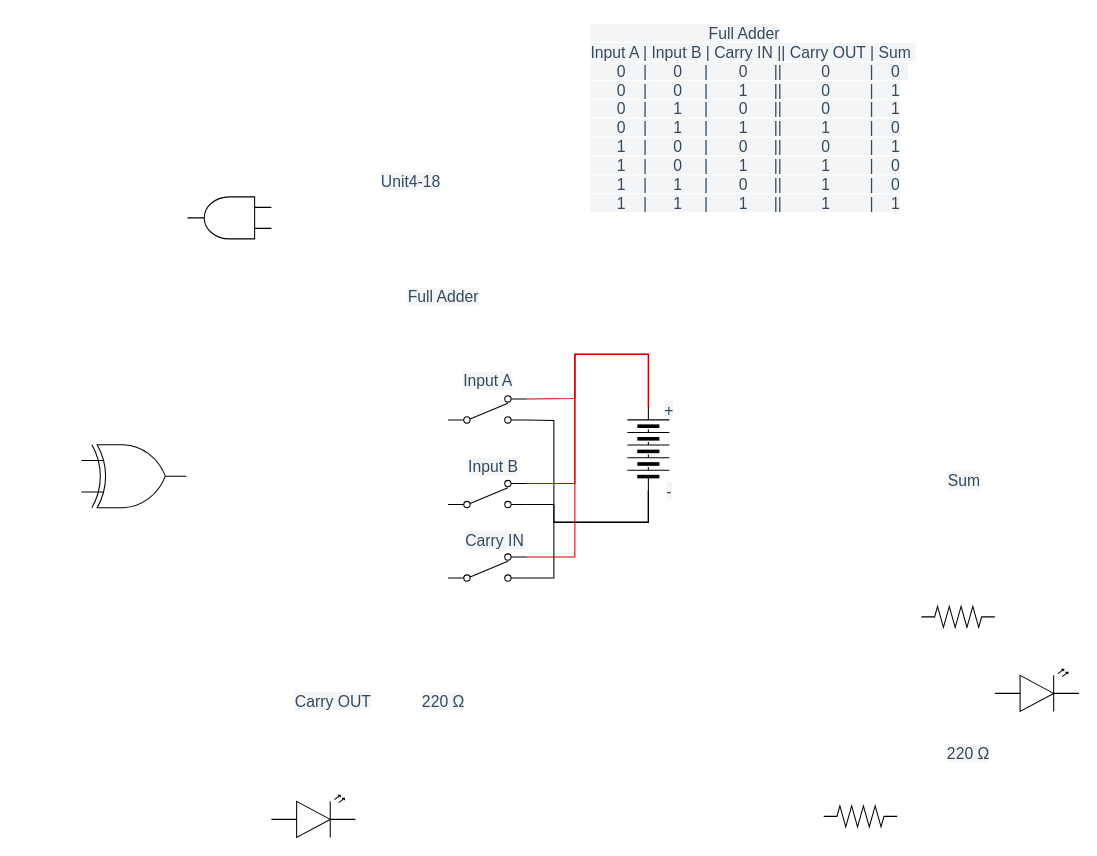
Before: Unit4-18.drawio in Igor-Zhelezniak-1/TEJ3M1-Unit4, a draw.io diagram. Source tidied: cells renumbered, new cells numbered last; positions are measured from the earlier drawing's top-left corner, leaving out a move shared by most shapes. Both pictures are drawn from the tidied source at 105%, with x=0, y=0 at pixel (81, 18).
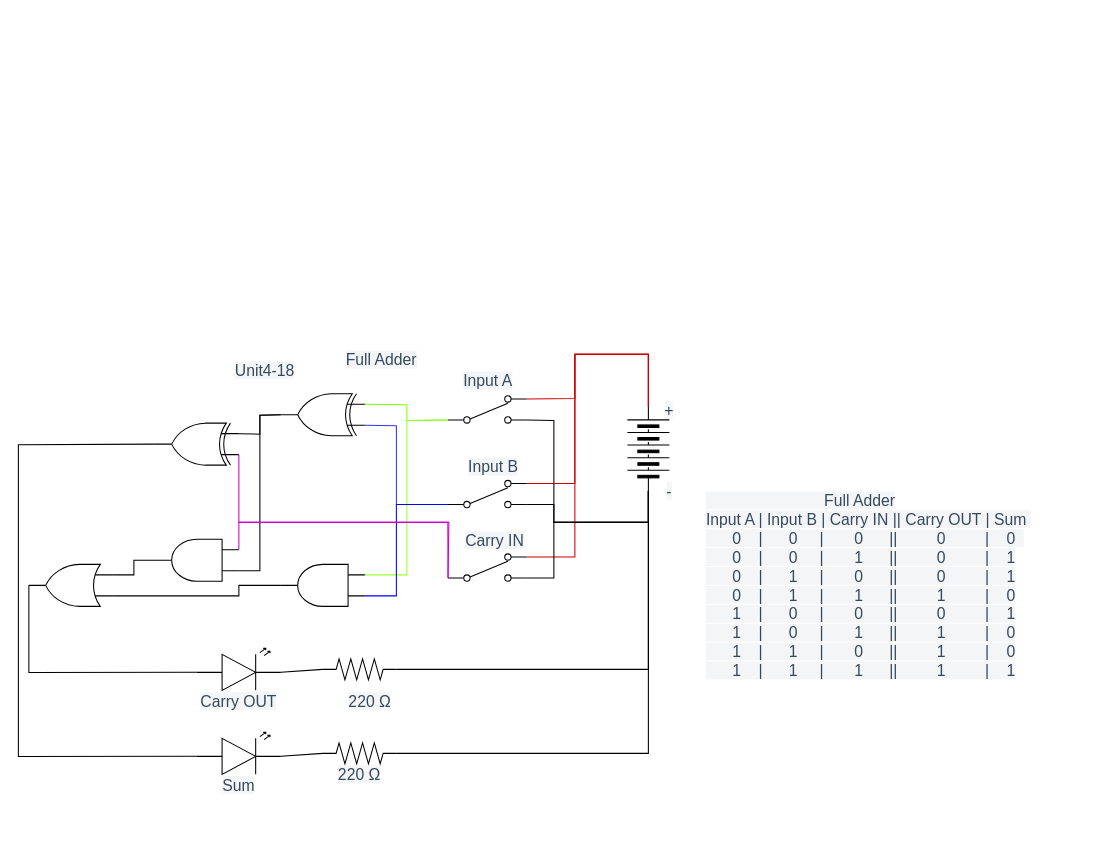
Above is the later version.

The change refers to these unchanged cells:
```xml
<mxCell id="9" style="verticalLabelPosition=bottom;shadow=0;dashed=0;align=center;html=1;verticalAlign=top;shape=mxgraph.electrical.miscellaneous.batteryStack;direction=south;rotation=-180;" parent="1" vertex="1">
  <mxGeometry x="520" y="370" width="40" height="80" as="geometry" />
</mxCell>
<mxCell id="13" style="verticalLabelPosition=bottom;shadow=0;dashed=0;align=center;html=1;verticalAlign=top;shape=mxgraph.electrical.electro-mechanical.2-way_switch;direction=west;rotation=-180;" parent="1" vertex="1">
  <mxGeometry x="349.2" y="359.5" width="75" height="26" as="geometry" />
</mxCell>
<mxCell id="18" style="verticalLabelPosition=bottom;shadow=0;dashed=0;align=center;html=1;verticalAlign=top;shape=mxgraph.electrical.electro-mechanical.2-way_switch;direction=west;rotation=-180;" parent="1" vertex="1">
  <mxGeometry x="349.2" y="440" width="75" height="26" as="geometry" />
</mxCell>
<mxCell id="27" style="verticalLabelPosition=bottom;shadow=0;dashed=0;align=center;html=1;verticalAlign=top;shape=mxgraph.electrical.electro-mechanical.2-way_switch;direction=west;rotation=-180;" parent="1" vertex="1">
  <mxGeometry x="349.2" y="510" width="75" height="26" as="geometry" />
</mxCell>
```

The edit, as a diff of the source:
```diff
@@
     <mxCell id="2" value="&lt;span style=&quot;color: rgb(52 , 73 , 94) ; font-family: , sans-serif ; font-size: 15px ; text-align: left ; background-color: rgb(244 , 245 , 246)&quot;&gt;220 Ω&lt;/span&gt;" style="text;html=1;align=center;verticalAlign=middle;whiteSpace=wrap;rounded=0;" parent="1" vertex="1">
-      <mxGeometry x="820" y="690" width="50" height="20" as="geometry" />
+      <mxGeometry x="250" y="640" width="50" height="20" as="geometry" />
     </mxCell>
+    <mxCell id="30" style="edgeStyle=none;rounded=0;html=1;entryX=0;entryY=0.5;entryDx=0;entryDy=0;endArrow=none;endFill=0;strokeColor=#000000;exitX=1;exitY=0.5;exitDx=0;exitDy=0;exitPerimeter=0;" parent="1" edge="1" source="3" target="9">
+      <mxGeometry relative="1" as="geometry">
+        <Array as="points">
+          <mxPoint x="540" y="700" />
+        </Array>
+      </mxGeometry>
+    </mxCell>
     <mxCell id="3" style="verticalLabelPosition=bottom;shadow=0;dashed=0;align=center;html=1;verticalAlign=top;shape=mxgraph.electrical.resistors.resistor_2;" parent="1" vertex="1">
-      <mxGeometry x="800" y="560" width="70" height="20" as="geometry" />
+      <mxGeometry x="230" y="690" width="70" height="20" as="geometry" />
     </mxCell>
@@
     <mxCell id="12" value="&lt;div style=&quot;text-align: left&quot;&gt;&lt;span style=&quot;background-color: rgb(244 , 245 , 246) ; font-size: 15px ; color: rgb(52 , 73 , 94)&quot;&gt;Unit4-18&lt;/span&gt;&lt;/div&gt;" style="text;html=1;strokeColor=none;fillColor=none;align=center;verticalAlign=middle;whiteSpace=wrap;rounded=0;" parent="1" vertex="1">
-      <mxGeometry x="279.2" y="140" width="70" height="30" as="geometry" />
+      <mxGeometry x="140" y="320" width="70" height="30" as="geometry" />
     </mxCell>
+    <mxCell id="31" style="edgeStyle=none;rounded=0;html=1;entryX=0;entryY=0.75;entryDx=0;entryDy=0;entryPerimeter=0;endArrow=none;endFill=0;strokeColor=#80FF00;exitX=0;exitY=0.885;exitDx=0;exitDy=0;exitPerimeter=0;" parent="1" edge="1" source="13" target="29">
+      <mxGeometry relative="1" as="geometry">
+        <Array as="points">
+          <mxPoint x="310" y="383" />
+          <mxPoint x="310" y="368" />
+        </Array>
+      </mxGeometry>
+    </mxCell>
+    <mxCell id="32" style="edgeStyle=none;rounded=0;html=1;entryX=0;entryY=0.75;entryDx=0;entryDy=0;entryPerimeter=0;endArrow=none;endFill=0;strokeColor=#99FF33;exitX=0;exitY=0.885;exitDx=0;exitDy=0;exitPerimeter=0;" parent="1" edge="1" source="13" target="46">
+      <mxGeometry relative="1" as="geometry">
+        <Array as="points">
+          <mxPoint x="310" y="383" />
+          <mxPoint x="310" y="530" />
+        </Array>
+      </mxGeometry>
+    </mxCell>
@@
     <mxCell id="14" value="&lt;div style=&quot;text-align: left&quot;&gt;&lt;font color=&quot;#34495e&quot;&gt;&lt;span style=&quot;font-size: 15px ; background-color: rgb(244 , 245 , 246)&quot;&gt;&amp;nbsp; &amp;nbsp; &amp;nbsp; &amp;nbsp; &amp;nbsp; &amp;nbsp; &amp;nbsp; &amp;nbsp; &amp;nbsp; &amp;nbsp; &amp;nbsp; &amp;nbsp; &amp;nbsp; &amp;nbsp;Full Adder&lt;/span&gt;&lt;/font&gt;&lt;/div&gt;&lt;div style=&quot;text-align: left&quot;&gt;&lt;font color=&quot;#34495e&quot;&gt;&lt;span style=&quot;font-size: 15px ; background-color: rgb(244 , 245 , 246)&quot;&gt;Input A | Input B | Carry IN || Carry OUT | Sum&amp;nbsp;&lt;/span&gt;&lt;/font&gt;&lt;/div&gt;&lt;div style=&quot;text-align: left&quot;&gt;&lt;font color=&quot;#34495e&quot;&gt;&lt;span style=&quot;font-size: 15px ; background-color: rgb(244 , 245 , 246)&quot;&gt;&amp;nbsp; &amp;nbsp; &amp;nbsp; 0&amp;nbsp; &amp;nbsp; |&amp;nbsp; &amp;nbsp; &amp;nbsp; 0&amp;nbsp; &amp;nbsp; &amp;nbsp;|&amp;nbsp; &amp;nbsp; &amp;nbsp; &amp;nbsp;0&amp;nbsp; &amp;nbsp; &amp;nbsp; ||&amp;nbsp; &amp;nbsp; &amp;nbsp; &amp;nbsp; &amp;nbsp;0&amp;nbsp; &amp;nbsp; &amp;nbsp; &amp;nbsp; &amp;nbsp;|&amp;nbsp; &amp;nbsp; 0&amp;nbsp;&amp;nbsp;&lt;/span&gt;&lt;/font&gt;&lt;/div&gt;&lt;div style=&quot;text-align: left&quot;&gt;&lt;font color=&quot;#34495e&quot;&gt;&lt;span style=&quot;font-size: 15px ; background-color: rgb(244 , 245 , 246)&quot;&gt;&amp;nbsp; &amp;nbsp; &amp;nbsp; 0&amp;nbsp; &amp;nbsp; |&amp;nbsp; &amp;nbsp; &amp;nbsp; 0&amp;nbsp; &amp;nbsp; &amp;nbsp;|&amp;nbsp; &amp;nbsp; &amp;nbsp; &amp;nbsp;1&amp;nbsp; &amp;nbsp; &amp;nbsp; ||&amp;nbsp; &amp;nbsp; &amp;nbsp; &amp;nbsp; &amp;nbsp;0&amp;nbsp; &amp;nbsp; &amp;nbsp; &amp;nbsp; &amp;nbsp;|&amp;nbsp; &amp;nbsp; 1&lt;/span&gt;&lt;/font&gt;&lt;/div&gt;&lt;div style=&quot;text-align: left&quot;&gt;&lt;font color=&quot;#34495e&quot;&gt;&lt;span style=&quot;font-size: 15px ; background-color: rgb(244 , 245 , 246)&quot;&gt;&amp;nbsp; &amp;nbsp; &amp;nbsp; 0&amp;nbsp; &amp;nbsp; |&amp;nbsp; &amp;nbsp; &amp;nbsp; 1&amp;nbsp; &amp;nbsp; &amp;nbsp;|&amp;nbsp; &amp;nbsp; &amp;nbsp; &amp;nbsp;0&amp;nbsp; &amp;nbsp; &amp;nbsp; ||&amp;nbsp; &amp;nbsp; &amp;nbsp; &amp;nbsp; &amp;nbsp;0&amp;nbsp; &amp;nbsp; &amp;nbsp; &amp;nbsp; &amp;nbsp;|&amp;nbsp; &amp;nbsp; 1&lt;/span&gt;&lt;/font&gt;&lt;/div&gt;&lt;div style=&quot;text-align: left&quot;&gt;&lt;font color=&quot;#34495e&quot;&gt;&lt;span style=&quot;font-size: 15px ; background-color: rgb(244 , 245 , 246)&quot;&gt;&amp;nbsp; &amp;nbsp; &amp;nbsp; 0&amp;nbsp; &amp;nbsp; |&amp;nbsp; &amp;nbsp; &amp;nbsp; 1&amp;nbsp; &amp;nbsp; &amp;nbsp;|&amp;nbsp; &amp;nbsp; &amp;nbsp; &amp;nbsp;1&amp;nbsp; &amp;nbsp; &amp;nbsp; ||&amp;nbsp; &amp;nbsp; &amp;nbsp; &amp;nbsp; &amp;nbsp;1&amp;nbsp; &amp;nbsp; &amp;nbsp; &amp;nbsp; &amp;nbsp;|&amp;nbsp; &amp;nbsp; 0&lt;/span&gt;&lt;/font&gt;&lt;/div&gt;&lt;div style=&quot;text-align: left&quot;&gt;&lt;span style=&quot;color: rgb(52 , 73 , 94) ; font-size: 15px ; background-color: rgb(244 , 245 , 246)&quot;&gt;&amp;nbsp; &amp;nbsp; &amp;nbsp; 1&amp;nbsp; &amp;nbsp; |&amp;nbsp; &amp;nbsp; &amp;nbsp; 0&amp;nbsp; &amp;nbsp; &amp;nbsp;|&amp;nbsp; &amp;nbsp; &amp;nbsp; &amp;nbsp;0&amp;nbsp; &amp;nbsp; &amp;nbsp; ||&amp;nbsp; &amp;nbsp; &amp;nbsp; &amp;nbsp; &amp;nbsp;0&amp;nbsp; &amp;nbsp; &amp;nbsp; &amp;nbsp; &amp;nbsp;|&amp;nbsp; &amp;nbsp; 1&lt;/span&gt;&lt;font color=&quot;#34495e&quot;&gt;&lt;span style=&quot;font-size: 15px ; background-color: rgb(244 , 245 , 246)&quot;&gt;&lt;br&gt;&lt;/span&gt;&lt;/font&gt;&lt;/div&gt;&lt;div style=&quot;text-align: left&quot;&gt;&lt;span style=&quot;color: rgb(52 , 73 , 94) ; font-size: 15px ; background-color: rgb(244 , 245 , 246)&quot;&gt;&amp;nbsp; &amp;nbsp; &amp;nbsp; 1&amp;nbsp; &amp;nbsp; |&amp;nbsp; &amp;nbsp; &amp;nbsp; 0&amp;nbsp; &amp;nbsp; &amp;nbsp;|&amp;nbsp; &amp;nbsp; &amp;nbsp; &amp;nbsp;1&amp;nbsp; &amp;nbsp; &amp;nbsp; ||&amp;nbsp; &amp;nbsp; &amp;nbsp; &amp;nbsp; &amp;nbsp;1&amp;nbsp; &amp;nbsp; &amp;nbsp; &amp;nbsp; &amp;nbsp;|&amp;nbsp; &amp;nbsp; 0&lt;/span&gt;&lt;span style=&quot;color: rgb(52 , 73 , 94) ; font-size: 15px ; background-color: rgb(244 , 245 , 246)&quot;&gt;&lt;br&gt;&lt;/span&gt;&lt;/div&gt;&lt;div style=&quot;text-align: left&quot;&gt;&lt;span style=&quot;color: rgb(52 , 73 , 94) ; font-size: 15px ; background-color: rgb(244 , 245 , 246)&quot;&gt;&amp;nbsp; &amp;nbsp; &amp;nbsp; 1&amp;nbsp; &amp;nbsp; |&amp;nbsp; &amp;nbsp; &amp;nbsp; 1&amp;nbsp; &amp;nbsp; &amp;nbsp;|&amp;nbsp; &amp;nbsp; &amp;nbsp; &amp;nbsp;0&amp;nbsp; &amp;nbsp; &amp;nbsp; ||&amp;nbsp; &amp;nbsp; &amp;nbsp; &amp;nbsp; &amp;nbsp;1&amp;nbsp; &amp;nbsp; &amp;nbsp; &amp;nbsp; &amp;nbsp;|&amp;nbsp; &amp;nbsp; 0&lt;/span&gt;&lt;span style=&quot;color: rgb(52 , 73 , 94) ; font-size: 15px ; background-color: rgb(244 , 245 , 246)&quot;&gt;&lt;br&gt;&lt;/span&gt;&lt;/div&gt;&lt;div style=&quot;text-align: left&quot;&gt;&lt;span style=&quot;color: rgb(52 , 73 , 94) ; font-size: 15px ; background-color: rgb(244 , 245 , 246)&quot;&gt;&amp;nbsp; &amp;nbsp; &amp;nbsp; 1&amp;nbsp; &amp;nbsp; |&amp;nbsp; &amp;nbsp; &amp;nbsp; 1&amp;nbsp; &amp;nbsp; &amp;nbsp;|&amp;nbsp; &amp;nbsp; &amp;nbsp; &amp;nbsp;1&amp;nbsp; &amp;nbsp; &amp;nbsp; ||&amp;nbsp; &amp;nbsp; &amp;nbsp; &amp;nbsp; &amp;nbsp;1&amp;nbsp; &amp;nbsp; &amp;nbsp; &amp;nbsp; &amp;nbsp;|&amp;nbsp; &amp;nbsp; 1&lt;/span&gt;&lt;span style=&quot;color: rgb(52 , 73 , 94) ; font-size: 15px ; background-color: rgb(244 , 245 , 246)&quot;&gt;&lt;br&gt;&lt;/span&gt;&lt;/div&gt;" style="text;html=1;strokeColor=none;fillColor=none;align=center;verticalAlign=middle;whiteSpace=wrap;rounded=0;" parent="1" vertex="1">
-      <mxGeometry x="470" width="340" height="190" as="geometry" />
+      <mxGeometry x="580" y="445" width="340" height="190" as="geometry" />
     </mxCell>
@@
     <mxCell id="16" value="&lt;div style=&quot;text-align: left&quot;&gt;&lt;font color=&quot;#34495e&quot;&gt;&lt;span style=&quot;font-size: 15px ; background-color: rgb(244 , 245 , 246)&quot;&gt;Full Adder&lt;/span&gt;&lt;/font&gt;&lt;/div&gt;" style="text;html=1;strokeColor=none;fillColor=none;align=center;verticalAlign=middle;whiteSpace=wrap;rounded=0;" parent="1" vertex="1">
-      <mxGeometry x="289.2" y="250" width="111.5" height="30" as="geometry" />
+      <mxGeometry x="230" y="310" width="111.5" height="30" as="geometry" />
     </mxCell>
     <mxCell id="17" value="&lt;div style=&quot;text-align: left&quot;&gt;&lt;font color=&quot;#34495e&quot;&gt;&lt;span style=&quot;font-size: 15px ; background-color: rgb(244 , 245 , 246)&quot;&gt;Sum&lt;/span&gt;&lt;/font&gt;&lt;/div&gt;" style="text;html=1;strokeColor=none;fillColor=none;align=center;verticalAlign=middle;whiteSpace=wrap;rounded=0;" parent="1" vertex="1">
-      <mxGeometry x="810" y="430" width="62" height="20" as="geometry" />
+      <mxGeometry x="119" y="720" width="62" height="20" as="geometry" />
     </mxCell>
+    <mxCell id="33" style="edgeStyle=none;rounded=0;html=1;entryX=0;entryY=0.25;entryDx=0;entryDy=0;entryPerimeter=0;endArrow=none;endFill=0;strokeColor=#3333FF;exitX=0;exitY=0.885;exitDx=0;exitDy=0;exitPerimeter=0;" parent="1" edge="1" source="18" target="29">
+      <mxGeometry relative="1" as="geometry">
+        <Array as="points">
+          <mxPoint x="300" y="463" />
+          <mxPoint x="300" y="388" />
+        </Array>
+      </mxGeometry>
+    </mxCell>
+    <mxCell id="34" style="edgeStyle=none;rounded=0;html=1;entryX=0;entryY=0.25;entryDx=0;entryDy=0;entryPerimeter=0;endArrow=none;endFill=0;strokeColor=#0000FF;exitX=0;exitY=0.885;exitDx=0;exitDy=0;exitPerimeter=0;" parent="1" edge="1" source="18" target="46">
+      <mxGeometry relative="1" as="geometry">
+        <Array as="points">
+          <mxPoint x="300" y="463" />
+          <mxPoint x="300" y="550" />
+        </Array>
+      </mxGeometry>
+    </mxCell>
@@
+    <mxCell id="35" style="edgeStyle=none;rounded=0;html=1;entryX=0;entryY=0.5;entryDx=0;entryDy=0;entryPerimeter=0;endArrow=none;endFill=0;strokeColor=#000000;exitX=1;exitY=0.57;exitDx=0;exitDy=0;exitPerimeter=0;" parent="1" edge="1" source="20" target="3">
+      <mxGeometry relative="1" as="geometry" />
+    </mxCell>
     <mxCell id="20" style="verticalLabelPosition=bottom;shadow=0;dashed=0;align=center;html=1;verticalAlign=top;shape=mxgraph.electrical.opto_electronics.led_2;" parent="1" vertex="1">
-      <mxGeometry x="870" y="620" width="80" height="40" as="geometry" />
+      <mxGeometry x="110" y="680" width="80" height="40" as="geometry" />
     </mxCell>
     <mxCell id="21" value="&lt;div style=&quot;text-align: left&quot;&gt;&lt;font color=&quot;#34495e&quot;&gt;&lt;span style=&quot;font-size: 15px ; background-color: rgb(244 , 245 , 246)&quot;&gt;Carry OUT&lt;/span&gt;&lt;/font&gt;&lt;/div&gt;" style="text;html=1;strokeColor=none;fillColor=none;align=center;verticalAlign=middle;whiteSpace=wrap;rounded=0;" parent="1" vertex="1">
-      <mxGeometry x="200" y="640" width="80" height="20" as="geometry" />
+      <mxGeometry x="110" y="640" width="80" height="20" as="geometry" />
     </mxCell>
+    <mxCell id="36" style="edgeStyle=none;rounded=0;html=1;entryX=0;entryY=0.5;entryDx=0;entryDy=0;entryPerimeter=0;endArrow=none;endFill=0;strokeColor=#000000;exitX=1;exitY=0.57;exitDx=0;exitDy=0;exitPerimeter=0;" parent="1" edge="1" source="22" target="23">
+      <mxGeometry relative="1" as="geometry" />
+    </mxCell>
     <mxCell id="22" style="verticalLabelPosition=bottom;shadow=0;dashed=0;align=center;html=1;verticalAlign=top;shape=mxgraph.electrical.opto_electronics.led_2;" parent="1" vertex="1">
-      <mxGeometry x="181" y="740" width="80" height="40" as="geometry" />
+      <mxGeometry x="110" y="600" width="80" height="40" as="geometry" />
     </mxCell>
+    <mxCell id="37" style="edgeStyle=none;rounded=0;html=1;entryX=0;entryY=0.5;entryDx=0;entryDy=0;endArrow=none;endFill=0;strokeColor=#000000;exitX=1;exitY=0.5;exitDx=0;exitDy=0;exitPerimeter=0;" parent="1" edge="1" source="23" target="9">
+      <mxGeometry relative="1" as="geometry">
+        <Array as="points">
+          <mxPoint x="540" y="620" />
+          <mxPoint x="540" y="480" />
+        </Array>
+      </mxGeometry>
+    </mxCell>
     <mxCell id="23" style="verticalLabelPosition=bottom;shadow=0;dashed=0;align=center;html=1;verticalAlign=top;shape=mxgraph.electrical.resistors.resistor_2;" parent="1" vertex="1">
-      <mxGeometry x="707" y="750" width="70" height="20" as="geometry" />
+      <mxGeometry x="230" y="610" width="70" height="20" as="geometry" />
     </mxCell>
+    <mxCell id="38" style="edgeStyle=none;rounded=0;html=1;entryX=0;entryY=0.75;entryDx=0;entryDy=0;entryPerimeter=0;endArrow=none;endFill=0;strokeColor=#000000;exitX=1;exitY=0.5;exitDx=0;exitDy=0;exitPerimeter=0;" parent="1" edge="1" source="24" target="48">
+      <mxGeometry relative="1" as="geometry">
+        <Array as="points">
+          <mxPoint x="50" y="516" />
+          <mxPoint x="50" y="530" />
+        </Array>
+      </mxGeometry>
+    </mxCell>
     <mxCell id="24" style="verticalLabelPosition=bottom;shadow=0;dashed=0;align=center;html=1;verticalAlign=top;shape=mxgraph.electrical.logic_gates.logic_gate;operation=and;rotation=-180;" parent="1" vertex="1">
-      <mxGeometry x="101" y="170" width="80" height="40" as="geometry" />
+      <mxGeometry x="70" y="496" width="80" height="40" as="geometry" />
     </mxCell>
     <mxCell id="25" value="&lt;span style=&quot;color: rgb(52 , 73 , 94) ; font-family: , sans-serif ; font-size: 15px ; text-align: left ; background-color: rgb(244 , 245 , 246)&quot;&gt;220 Ω&lt;/span&gt;" style="text;html=1;align=center;verticalAlign=middle;whiteSpace=wrap;rounded=0;" parent="1" vertex="1">
-      <mxGeometry x="320" y="640" width="50" height="20" as="geometry" />
+      <mxGeometry x="240" y="710" width="50" height="20" as="geometry" />
     </mxCell>
@@
+    <mxCell id="39" style="edgeStyle=none;rounded=0;html=1;entryX=0;entryY=0.75;entryDx=0;entryDy=0;entryPerimeter=0;endArrow=none;endFill=0;strokeColor=#CC00CC;exitX=0;exitY=0.885;exitDx=0;exitDy=0;exitPerimeter=0;" parent="1" edge="1" source="27" target="24">
+      <mxGeometry relative="1" as="geometry">
+        <Array as="points">
+          <mxPoint x="350" y="480" />
+          <mxPoint x="150" y="480" />
+        </Array>
+      </mxGeometry>
+    </mxCell>
@@
+    <mxCell id="40" style="edgeStyle=none;rounded=0;html=1;entryX=0;entryY=0.75;entryDx=0;entryDy=0;entryPerimeter=0;endArrow=none;endFill=0;strokeColor=#000000;exitX=1;exitY=0.5;exitDx=0;exitDy=0;exitPerimeter=0;" parent="1" edge="1" source="29" target="44">
+      <mxGeometry relative="1" as="geometry">
+        <Array as="points">
+          <mxPoint x="170" y="378" />
+          <mxPoint x="170" y="396" />
+        </Array>
+      </mxGeometry>
+    </mxCell>
+    <mxCell id="41" style="edgeStyle=none;rounded=0;html=1;entryX=0;entryY=0.25;entryDx=0;entryDy=0;entryPerimeter=0;endArrow=none;endFill=0;strokeColor=#000000;exitX=1;exitY=0.5;exitDx=0;exitDy=0;exitPerimeter=0;" parent="1" edge="1" source="29" target="24">
+      <mxGeometry relative="1" as="geometry">
+        <Array as="points">
+          <mxPoint x="170" y="378" />
+          <mxPoint x="170" y="526" />
+        </Array>
+      </mxGeometry>
+    </mxCell>
-    <mxCell id="29" style="verticalLabelPosition=bottom;shadow=0;dashed=0;align=center;html=1;verticalAlign=top;shape=mxgraph.electrical.logic_gates.logic_gate;operation=xor;" parent="1" vertex="1">
-      <mxGeometry y="406" width="100" height="60" as="geometry" />
+    <mxCell id="29" style="verticalLabelPosition=bottom;shadow=0;dashed=0;align=center;html=1;verticalAlign=top;shape=mxgraph.electrical.logic_gates.logic_gate;operation=xor;rotation=-180;" parent="1" vertex="1">
+      <mxGeometry x="190" y="357.5" width="80" height="40" as="geometry" />
     </mxCell>
+    <mxCell id="42" style="edgeStyle=none;rounded=0;html=1;entryX=0;entryY=0.885;entryDx=0;entryDy=0;entryPerimeter=0;endArrow=none;endFill=0;strokeColor=#CC00CC;exitX=0;exitY=0.25;exitDx=0;exitDy=0;exitPerimeter=0;" parent="1" edge="1" source="44" target="27">
+      <mxGeometry relative="1" as="geometry">
+        <Array as="points">
+          <mxPoint x="150" y="480" />
+          <mxPoint x="349" y="480" />
+        </Array>
+      </mxGeometry>
+    </mxCell>
+    <mxCell id="43" style="edgeStyle=none;rounded=0;html=1;entryX=0;entryY=0.57;entryDx=0;entryDy=0;entryPerimeter=0;endArrow=none;endFill=0;strokeColor=#000000;exitX=1;exitY=0.5;exitDx=0;exitDy=0;exitPerimeter=0;" parent="1" edge="1" source="44" target="20">
+      <mxGeometry relative="1" as="geometry">
+        <Array as="points">
+          <mxPoint x="-60" y="406" />
+          <mxPoint x="-60" y="703" />
+        </Array>
+      </mxGeometry>
+    </mxCell>
+    <mxCell id="44" style="verticalLabelPosition=bottom;shadow=0;dashed=0;align=center;html=1;verticalAlign=top;shape=mxgraph.electrical.logic_gates.logic_gate;operation=xor;rotation=-180;" parent="1" vertex="1">
+      <mxGeometry x="70" y="385.5" width="80" height="40" as="geometry" />
+    </mxCell>
+    <mxCell id="45" style="edgeStyle=none;rounded=0;html=1;entryX=0;entryY=0.25;entryDx=0;entryDy=0;entryPerimeter=0;endArrow=none;endFill=0;strokeColor=#000000;exitX=1;exitY=0.5;exitDx=0;exitDy=0;exitPerimeter=0;" parent="1" edge="1" source="46" target="48">
+      <mxGeometry relative="1" as="geometry">
+        <Array as="points">
+          <mxPoint x="150" y="540" />
+          <mxPoint x="150" y="550" />
+        </Array>
+      </mxGeometry>
+    </mxCell>
+    <mxCell id="46" style="verticalLabelPosition=bottom;shadow=0;dashed=0;align=center;html=1;verticalAlign=top;shape=mxgraph.electrical.logic_gates.logic_gate;operation=and;rotation=-180;" parent="1" vertex="1">
+      <mxGeometry x="190" y="520" width="80" height="40" as="geometry" />
+    </mxCell>
+    <mxCell id="47" style="edgeStyle=none;rounded=0;html=1;entryX=0;entryY=0.57;entryDx=0;entryDy=0;entryPerimeter=0;endArrow=none;endFill=0;strokeColor=#000000;exitX=1;exitY=0.5;exitDx=0;exitDy=0;exitPerimeter=0;" parent="1" edge="1" source="48" target="22">
+      <mxGeometry relative="1" as="geometry">
+        <Array as="points">
+          <mxPoint x="-50" y="623" />
+        </Array>
+      </mxGeometry>
+    </mxCell>
+    <mxCell id="48" style="verticalLabelPosition=bottom;shadow=0;dashed=0;align=center;html=1;verticalAlign=top;shape=mxgraph.electrical.logic_gates.logic_gate;operation=or;rotation=-180;" parent="1" vertex="1">
+      <mxGeometry x="-50" y="520" width="80" height="40" as="geometry" />
+    </mxCell>
```
